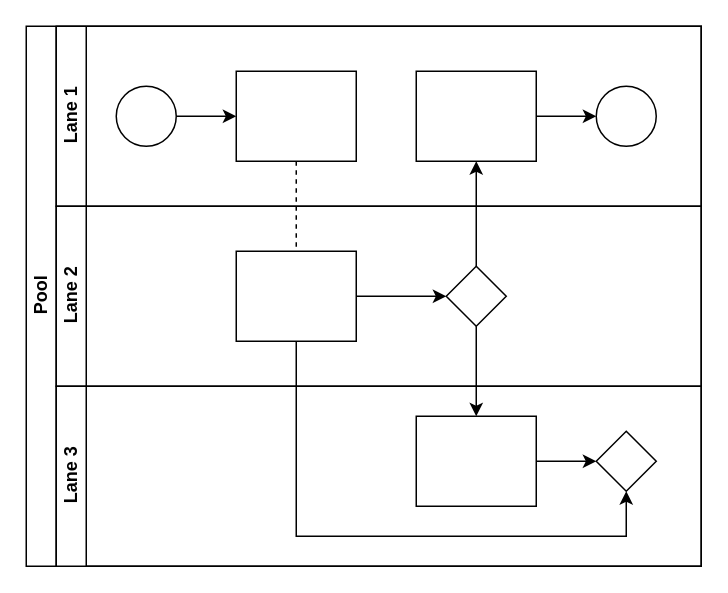
Before: 未命名绘图.drawio in TobyfoxpurePython/-python, a draw.io diagram. Source tidied: cells renumbered, new cells numbered last; positions are measured from the earlier drawing's top-left corner, leaving out a move shared by most shapes. Both pictures are drawn from the tidied source at 150%, with x=0, y=0 at pixel (26, 26).
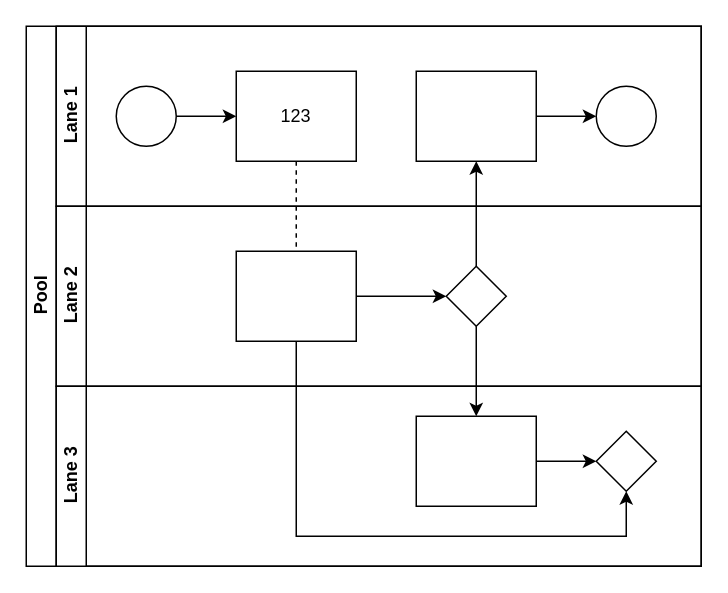
After the change.

Commit message:
更新未命名绘图.drawio

Unchanged cells that the change refers to:
```xml
<mxCell id="7" value="Lane 1" style="swimlane;html=1;startSize=20;horizontal=0;" parent="2" vertex="1">
  <mxGeometry x="20" width="430" height="120" as="geometry" />
</mxCell>
```

What changed in the source:
```diff
@@
-    <mxCell id="10" style="rounded=0;whiteSpace=wrap;html=1;fontFamily=Helvetica;fontSize=12;fontColor=#000000;align=center;" parent="7" vertex="1">
+    <mxCell id="10" value="123" style="rounded=0;whiteSpace=wrap;html=1;fontFamily=Helvetica;fontSize=12;fontColor=#000000;align=center;" parent="7" vertex="1">
       <mxGeometry x="120" y="30" width="80" height="60" as="geometry" />
     </mxCell>
```
